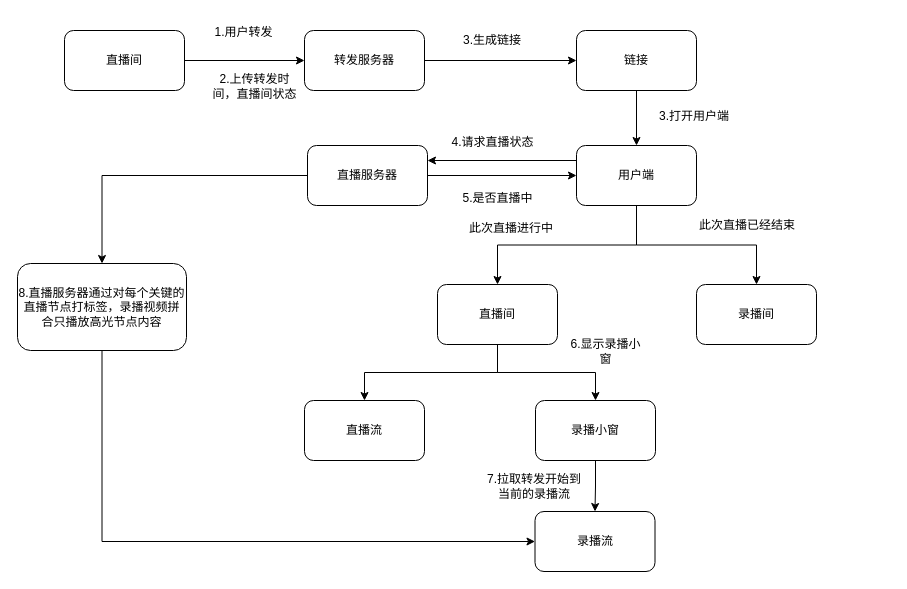
Earlier version of the draw.io diagram page "Page-5" (5 of 6) of 分享直播后短暂回溯.drawio (cangwang/news). Source tidied: cells renumbered, new cells numbered last; positions are measured from the earlier drawing's top-left corner, leaving out a move shared by most shapes. Both pictures are drawn from the tidied source at 100%, with x=0, y=0 at pixel (17, 17).
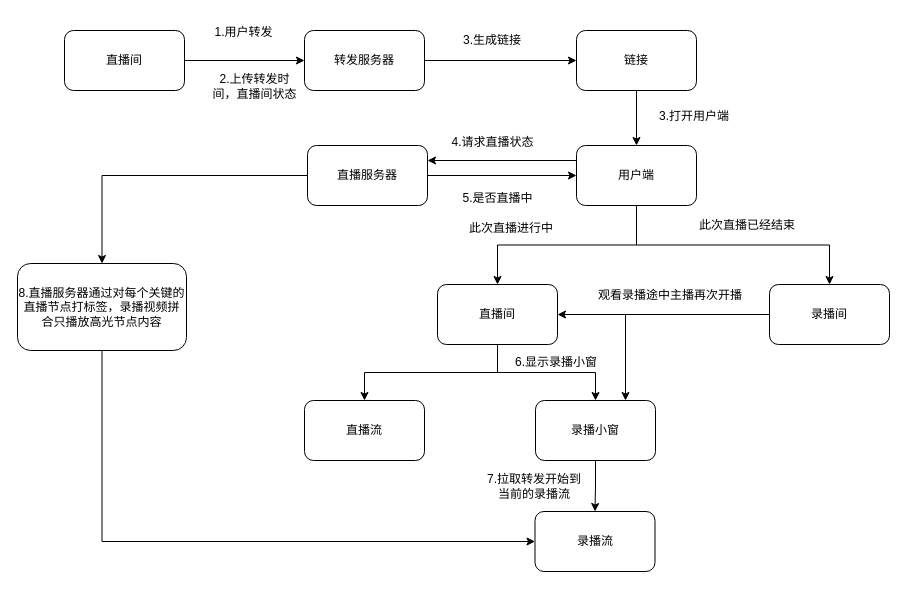
The same page after the edit.

The change refers to these unchanged cells:
```xml
<mxCell id="17" value="直播间" style="rounded=1;whiteSpace=wrap;html=1;" parent="1" vertex="1">
  <mxGeometry x="420" y="267" width="120" height="60" as="geometry" />
</mxCell>
<mxCell id="27" value="录播小窗" style="rounded=1;whiteSpace=wrap;html=1;" parent="1" vertex="1">
  <mxGeometry x="518" y="383" width="120" height="60" as="geometry" />
</mxCell>
```

What changed in the source:
```diff
@@
+    <mxCell id="35" style="edgeStyle=orthogonalEdgeStyle;rounded=0;jettySize=auto;html=1;exitX=0;exitY=0.5;exitDx=0;exitDy=0;entryX=1;entryY=0.5;entryDx=0;entryDy=0;" parent="1" edge="1" source="18" target="17">
+      <mxGeometry relative="1" as="geometry" />
+    </mxCell>
+    <mxCell id="36" style="edgeStyle=orthogonalEdgeStyle;rounded=0;jettySize=auto;html=1;exitX=0;exitY=0.5;exitDx=0;exitDy=0;entryX=0.75;entryY=0;entryDx=0;entryDy=0;" parent="1" edge="1" source="18" target="27">
+      <mxGeometry relative="1" as="geometry" />
+    </mxCell>
     <mxCell id="18" value="录播间" style="rounded=1;whiteSpace=wrap;html=1;" parent="1" vertex="1">
-      <mxGeometry x="679" y="267" width="120" height="60" as="geometry" />
+      <mxGeometry x="752" y="267" width="120" height="60" as="geometry" />
     </mxCell>
@@
     <mxCell id="30" value="6.显示录播小窗" style="text;html=1;strokeColor=none;fillColor=none;align=center;verticalAlign=middle;whiteSpace=wrap;rounded=0;" parent="1" vertex="1">
-      <mxGeometry x="549" y="319" width="79" height="30" as="geometry" />
+      <mxGeometry x="490" y="330" width="98" height="30" as="geometry" />
     </mxCell>
@@
+    <mxCell id="37" value="观看录播途中主播再次开播" style="text;html=1;strokeColor=none;fillColor=none;align=center;verticalAlign=middle;whiteSpace=wrap;rounded=0;" parent="1" vertex="1">
+      <mxGeometry x="578" y="263" width="150" height="30" as="geometry" />
+    </mxCell>
```
